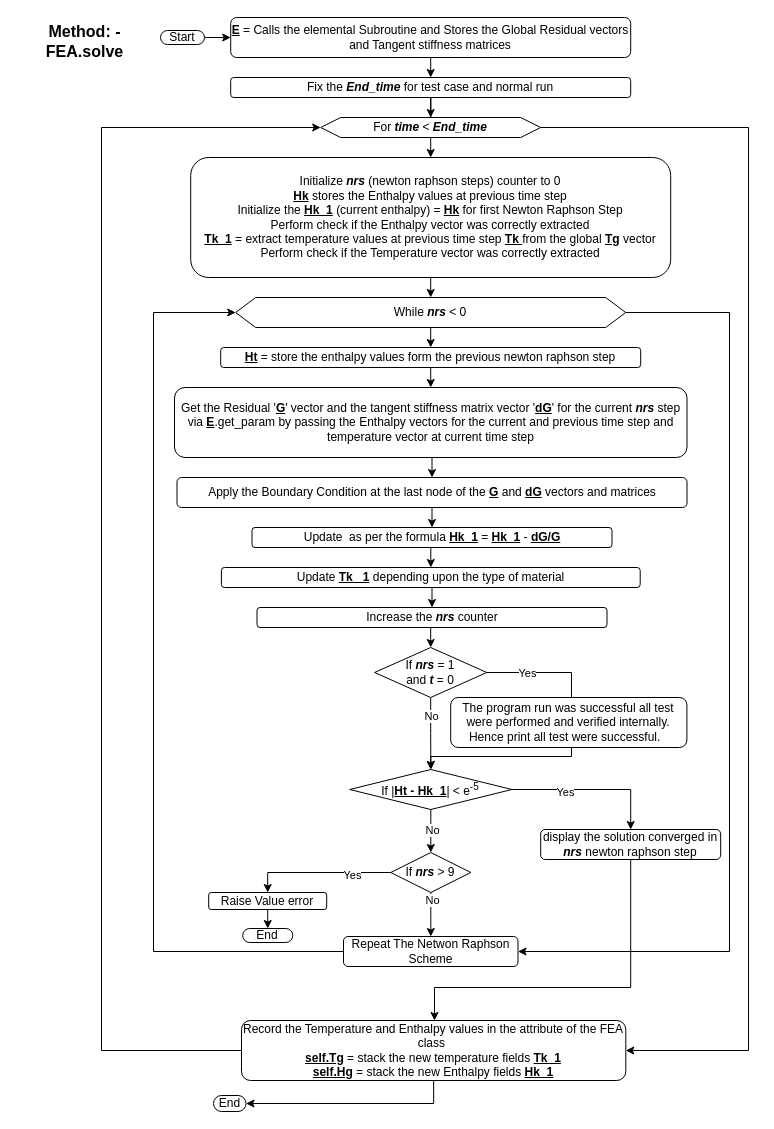
okolekar/PPP keeps this draw.io diagram as Untitled Diagram.drawio. Above is the earlier version. Source tidied: cells renumbered, new cells numbered last; positions are measured from the earlier drawing's top-left corner, leaving out a move shared by most shapes. Both pictures are drawn from the tidied source at 100%, with x=0, y=0 at pixel (17, 17).
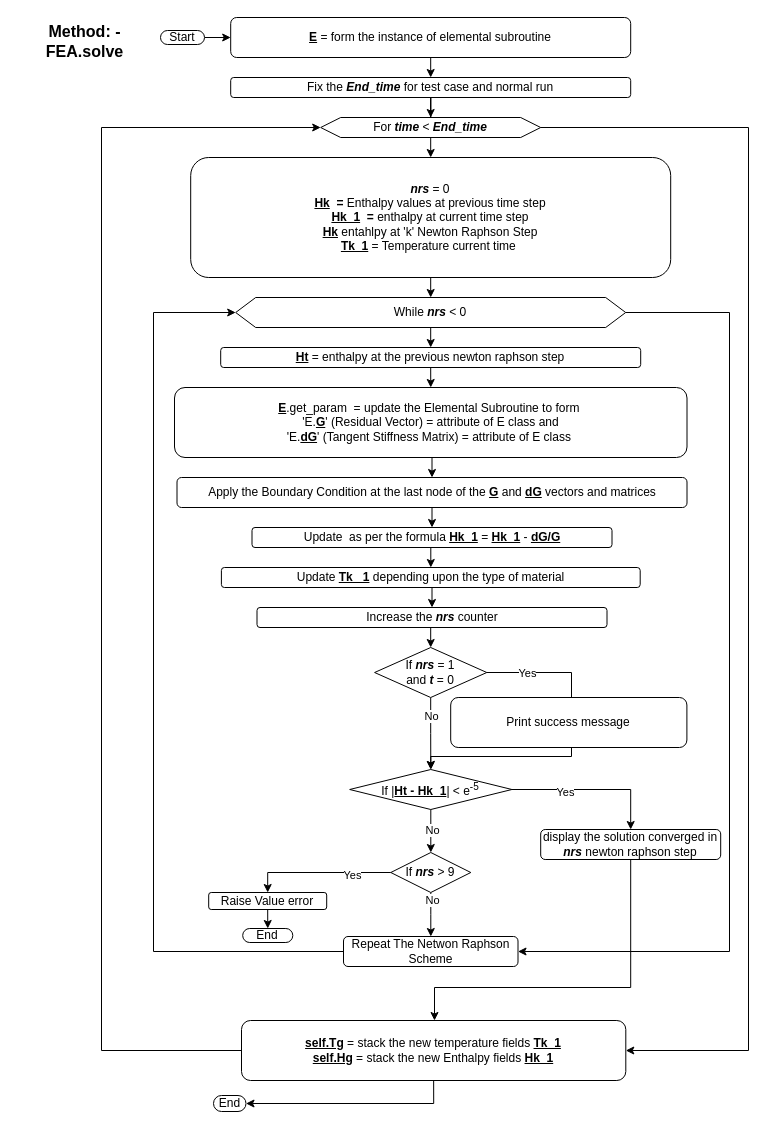
The same diagram, later.

What changed in the source:
```diff
@@
-    <mxCell id="6" value="&lt;b&gt;&lt;u&gt;E&lt;/u&gt;&lt;/b&gt; = Calls the elemental Subroutine and Stores the Global Residual vectors and Tangent stiffness matrices" style="rounded=1;whiteSpace=wrap;html=1;" parent="1" vertex="1">
+    <mxCell id="6" value="&lt;b&gt;&lt;u&gt;E&lt;/u&gt;&lt;/b&gt; = form the instance of elemental subroutine" style="rounded=1;whiteSpace=wrap;html=1;" parent="1" vertex="1">
       <mxGeometry x="213.2" width="400" height="40" as="geometry" />
     </mxCell>
@@
-    <mxCell id="13" value="&lt;div style=&quot;&quot;&gt;&lt;span style=&quot;background-color: initial;&quot;&gt;Initialize &lt;b&gt;&lt;i&gt;nrs&lt;/i&gt;&lt;/b&gt; (newton raphson steps) counter to 0&lt;/span&gt;&lt;br&gt;&lt;span style=&quot;background-color: initial;&quot;&gt;&lt;b&gt;&lt;u&gt;Hk&lt;/u&gt; &lt;/b&gt;stores the Enthalpy values at previous time step&lt;/span&gt;&lt;br&gt;&lt;span style=&quot;background-color: initial;&quot;&gt;Initialize the &lt;b style=&quot;&quot;&gt;&lt;u&gt;Hk_1&lt;/u&gt; &lt;/b&gt;(current enthalpy) = &lt;b&gt;&lt;u&gt;Hk&lt;/u&gt;&lt;/b&gt; for first Newton Raphson Step&lt;/span&gt;&lt;br&gt;&lt;span style=&quot;background-color: initial;&quot;&gt;Perform check if the Enthalpy vector was correctly extracted&lt;/span&gt;&lt;br&gt;&lt;span style=&quot;background-color: initial;&quot;&gt;&lt;u&gt;&lt;b&gt;Tk_1&lt;/b&gt;&lt;/u&gt; = extract temperature values at previous time step &lt;u&gt;&lt;b&gt;Tk&lt;/b&gt; &lt;/u&gt;from the global &lt;b style=&quot;&quot;&gt;&lt;u&gt;Tg&lt;/u&gt; &lt;/b&gt;vector&lt;/span&gt;&lt;br&gt;&lt;span style=&quot;background-color: initial;&quot;&gt;Perform check if the Temperature vector was correctly extracted&lt;/span&gt;&lt;br&gt;&lt;/div&gt;" style="rounded=1;whiteSpace=wrap;html=1;align=center;" parent="1" vertex="1">
+    <mxCell id="13" value="&lt;div style=&quot;&quot;&gt;&lt;span style=&quot;background-color: initial;&quot;&gt;&lt;b&gt;&lt;i&gt;nrs&lt;/i&gt;&lt;/b&gt; = 0&lt;/span&gt;&lt;br&gt;&lt;span style=&quot;background-color: initial;&quot;&gt;&lt;b&gt;&lt;u&gt;Hk&lt;/u&gt;&amp;nbsp; =&amp;nbsp;&lt;/b&gt;Enthalpy values at previous time step&lt;/span&gt;&lt;br&gt;&lt;span style=&quot;background-color: initial;&quot;&gt;&lt;b style=&quot;&quot;&gt;&lt;u&gt;Hk_1&lt;/u&gt;&amp;nbsp; =&amp;nbsp;&lt;/b&gt;enthalpy at current time step&lt;/span&gt;&lt;/div&gt;&lt;div style=&quot;&quot;&gt;&lt;span style=&quot;background-color: initial;&quot;&gt;&lt;b&gt;&lt;u&gt;Hk&lt;/u&gt;&lt;/b&gt;&amp;nbsp;entahlpy at 'k' Newton Raphson Step&lt;/span&gt;&lt;br&gt;&lt;span style=&quot;background-color: initial;&quot;&gt;&lt;u&gt;&lt;b&gt;Tk_1&lt;/b&gt;&lt;/u&gt; = Temperature current time&amp;nbsp;&lt;/span&gt;&lt;br&gt;&lt;/div&gt;" style="rounded=1;whiteSpace=wrap;html=1;align=center;" parent="1" vertex="1">
       <mxGeometry x="173.2" y="140" width="480" height="120" as="geometry" />
     </mxCell>
@@
-    <mxCell id="18" value="&lt;b&gt;&lt;u&gt;Ht&lt;/u&gt;&lt;/b&gt; = store the enthalpy values form the previous newton raphson step" style="rounded=1;whiteSpace=wrap;html=1;" parent="1" vertex="1">
+    <mxCell id="18" value="&lt;b&gt;&lt;u&gt;Ht&lt;/u&gt;&lt;/b&gt; = enthalpy at the previous newton raphson step" style="rounded=1;whiteSpace=wrap;html=1;" parent="1" vertex="1">
       <mxGeometry x="203.2" y="330" width="420" height="20" as="geometry" />
     </mxCell>
@@
-    <mxCell id="20" value="Get the Residual '&lt;b&gt;&lt;u&gt;G&lt;/u&gt;&lt;/b&gt;' vector and the tangent stiffness matrix vector '&lt;b&gt;&lt;u&gt;dG&lt;/u&gt;&lt;/b&gt;' for the current &lt;b&gt;&lt;i&gt;nrs&lt;/i&gt;&lt;/b&gt; step via &lt;b&gt;&lt;u&gt;E&lt;/u&gt;&lt;/b&gt;.get_param by passing the Enthalpy vectors for the current and previous time step and temperature vector at current time step" style="rounded=1;whiteSpace=wrap;html=1;" parent="1" vertex="1">
+    <mxCell id="20" value="&lt;b&gt;&lt;u&gt;E&lt;/u&gt;&lt;/b&gt;.get_param&amp;nbsp; = update the Elemental Subroutine to form&amp;nbsp;&lt;br&gt;'E.&lt;b style=&quot;border-color: var(--border-color);&quot;&gt;&lt;u style=&quot;border-color: var(--border-color);&quot;&gt;G&lt;/u&gt;&lt;/b&gt;' (Residual Vector) = attribute of E class and&lt;br&gt;'E.&lt;b style=&quot;border-color: var(--border-color);&quot;&gt;&lt;u style=&quot;border-color: var(--border-color);&quot;&gt;dG&lt;/u&gt;&lt;/b&gt;' (Tangent Stiffness Matrix) = attribute of E class&amp;nbsp;" style="rounded=1;whiteSpace=wrap;html=1;" parent="1" vertex="1">
       <mxGeometry x="157" y="370" width="512.5" height="70" as="geometry" />
     </mxCell>
@@
-    <mxCell id="48" value="The program run was successful all test were performed and verified internally. Hence print all test were successful.&amp;nbsp;&amp;nbsp;" style="rounded=1;whiteSpace=wrap;html=1;" parent="1" vertex="1">
+    <mxCell id="48" value="Print success message" style="rounded=1;whiteSpace=wrap;html=1;" parent="1" vertex="1">
       <mxGeometry x="433.2" y="680" width="236.2" height="50" as="geometry" />
     </mxCell>
@@
-    <mxCell id="51" value="Record the Temperature and Enthalpy values in the attribute of the FEA class&amp;nbsp;&lt;br&gt;&lt;b&gt;&lt;u&gt;self.Tg&lt;/u&gt;&lt;/b&gt; = stack the new temperature fields &lt;b&gt;&lt;u&gt;Tk_1&lt;/u&gt;&lt;/b&gt;&lt;br&gt;&lt;b&gt;&lt;u&gt;self.Hg&lt;/u&gt;&lt;/b&gt; = stack the new Enthalpy fields &lt;b&gt;&lt;u&gt;Hk_1&lt;/u&gt;&lt;/b&gt;" style="whiteSpace=wrap;html=1;rounded=1;" parent="1" vertex="1">
+    <mxCell id="51" value="&lt;b&gt;&lt;u&gt;self.Tg&lt;/u&gt;&lt;/b&gt; = stack the new temperature fields &lt;b&gt;&lt;u&gt;Tk_1&lt;/u&gt;&lt;/b&gt;&lt;br&gt;&lt;b&gt;&lt;u&gt;self.Hg&lt;/u&gt;&lt;/b&gt; = stack the new Enthalpy fields &lt;b&gt;&lt;u&gt;Hk_1&lt;/u&gt;&lt;/b&gt;" style="whiteSpace=wrap;html=1;rounded=1;" parent="1" vertex="1">
       <mxGeometry x="224" y="1003" width="384.3" height="60" as="geometry" />
     </mxCell>
```
